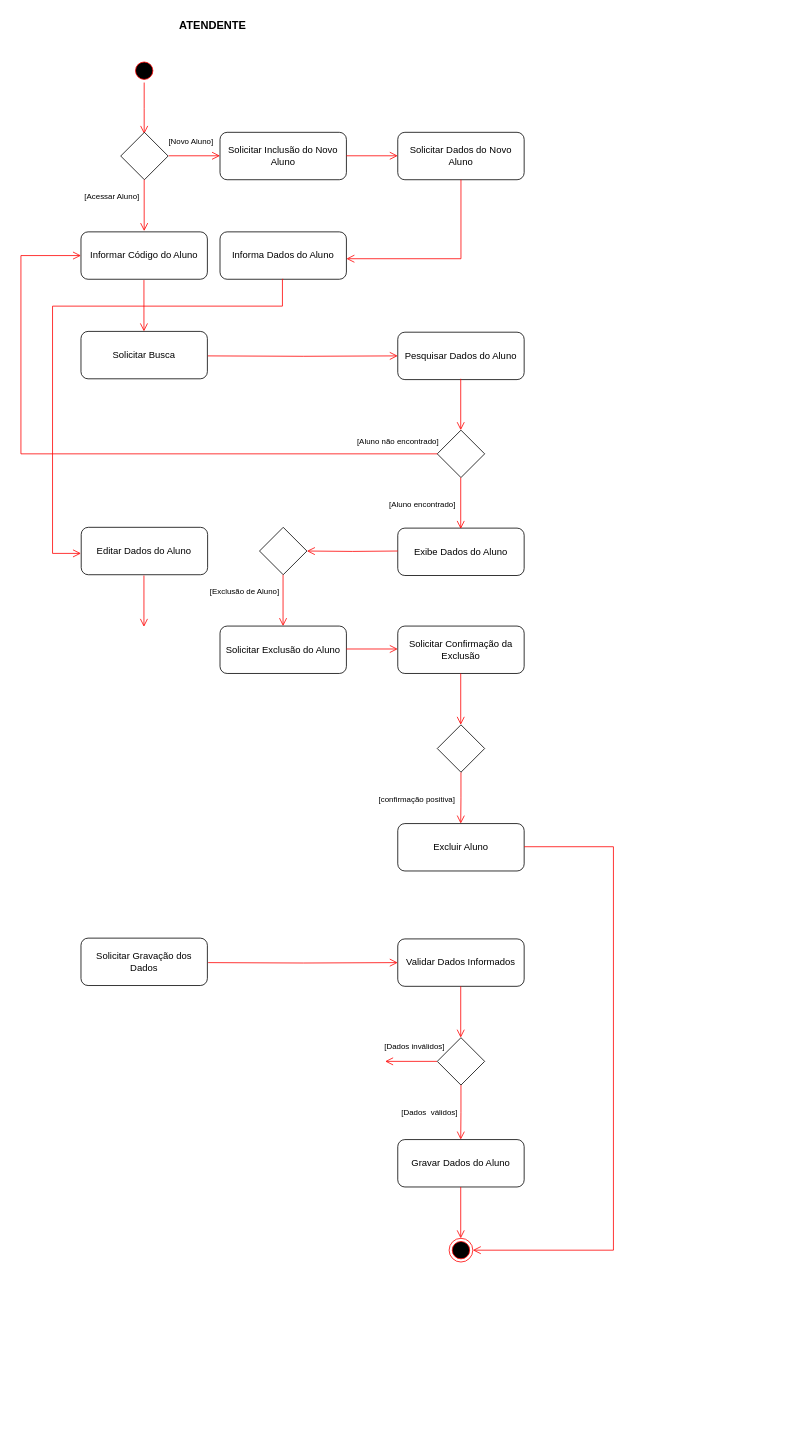
This is Atividade Prática 3 - Diagrama de Atividades.drawio from Ajnus/INF1013_Modelagem_De_Software, a draw.io file, before an edit. Source tidied: cells renumbered, new cells numbered last; positions are measured from the earlier drawing's top-left corner, leaving out a move shared by most shapes. Both pictures are drawn from the tidied source at 79%, with x=0, y=0 at pixel (21, 13).
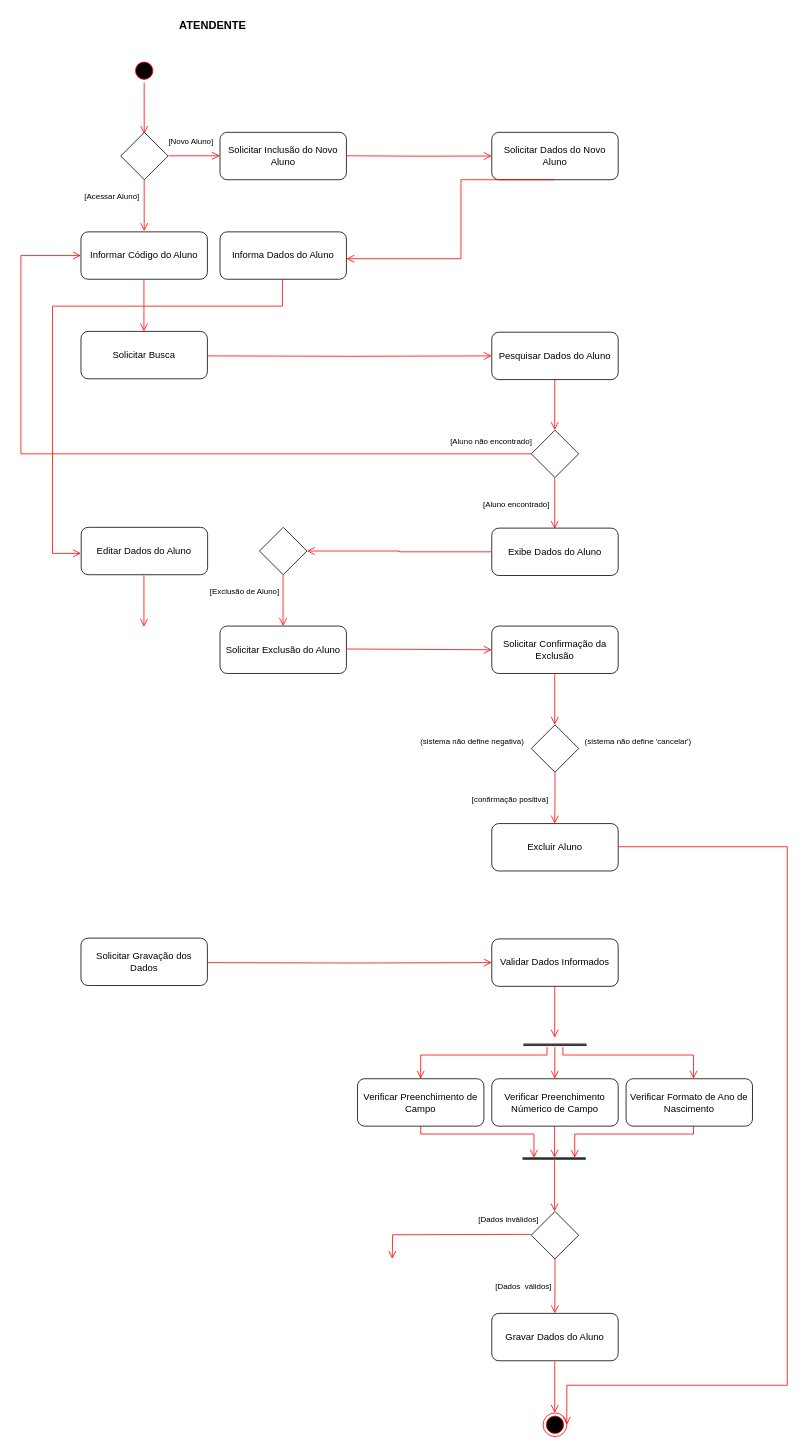
Above is the later version.

The change refers to these unchanged cells:
```xml
<mxCell id="2" value="Informar Código do Aluno" style="rounded=1;whiteSpace=wrap;html=1;shadow=0;" parent="1" vertex="1">
  <mxGeometry x="76" y="276" width="160" height="60" as="geometry" />
</mxCell>
<mxCell id="38" style="rhombus;whiteSpace=wrap;html=1;rounded=0;shadow=0;glass=0;sketch=0;" parent="1" vertex="1">
  <mxGeometry x="302" y="650" width="60" height="60" as="geometry" />
</mxCell>
```

What changed in the source:
```diff
@@
     <mxCell id="9" value="&lt;div style=&quot;background-color: transparent;&quot;&gt;Pesquisar Dados do Aluno&lt;/div&gt;" style="rounded=1;whiteSpace=wrap;html=1;shadow=0;" parent="1" vertex="1">
-      <mxGeometry x="477" y="403" width="160" height="60" as="geometry" />
+      <mxGeometry x="596" y="403" width="160" height="60" as="geometry" />
     </mxCell>
     <mxCell id="10" style="edgeStyle=orthogonalEdgeStyle;html=1;verticalAlign=bottom;endArrow=open;endSize=8;strokeColor=#ff0000;rounded=0;entryX=0.5;entryY=0;entryDx=0;entryDy=0;" parent="1" edge="1">
       <mxGeometry relative="1" as="geometry">
-        <mxPoint x="556.7" y="462" as="sourcePoint" />
-        <mxPoint x="556.7" y="527" as="targetPoint" />
+        <mxPoint x="675.7" y="462" as="sourcePoint" />
+        <mxPoint x="675.7" y="527" as="targetPoint" />
       </mxGeometry>
     </mxCell>
     <mxCell id="11" value="Exibe Dados do Aluno" style="rounded=1;whiteSpace=wrap;html=1;shadow=0;" parent="1" vertex="1">
-      <mxGeometry x="477" y="651" width="160" height="60" as="geometry" />
+      <mxGeometry x="596" y="651" width="160" height="60" as="geometry" />
     </mxCell>
@@
     <mxCell id="16" value="Validar Dados Informados" style="rounded=1;whiteSpace=wrap;html=1;shadow=0;" parent="1" vertex="1">
-      <mxGeometry x="477" y="1171" width="160" height="60" as="geometry" />
+      <mxGeometry x="596" y="1171" width="160" height="60" as="geometry" />
     </mxCell>
     <mxCell id="17" style="edgeStyle=orthogonalEdgeStyle;html=1;verticalAlign=bottom;endArrow=open;endSize=8;strokeColor=#ff0000;rounded=0;entryX=0.5;entryY=0;entryDx=0;entryDy=0;" parent="1" edge="1">
       <mxGeometry relative="1" as="geometry">
-        <mxPoint x="556.7" y="1231" as="sourcePoint" />
-        <mxPoint x="556.7" y="1296" as="targetPoint" />
+        <mxPoint x="675.7" y="1231" as="sourcePoint" />
+        <mxPoint x="675.7" y="1296" as="targetPoint" />
       </mxGeometry>
     </mxCell>
     <mxCell id="18" value="Gravar Dados do Aluno" style="rounded=1;whiteSpace=wrap;html=1;shadow=0;" parent="1" vertex="1">
-      <mxGeometry x="477" y="1425" width="160" height="60" as="geometry" />
+      <mxGeometry x="596" y="1645" width="160" height="60" as="geometry" />
     </mxCell>
     <mxCell id="19" style="ellipse;html=1;shape=endState;fillColor=#000000;strokeColor=#ff0000;rounded=0;shadow=0;glass=0;sketch=0;fontSize=14;" parent="1" vertex="1">
-      <mxGeometry x="542" y="1550" width="30" height="30" as="geometry" />
+      <mxGeometry x="661" y="1771" width="30" height="30" as="geometry" />
     </mxCell>
     <mxCell id="20" style="edgeStyle=orthogonalEdgeStyle;html=1;verticalAlign=bottom;endArrow=open;endSize=8;strokeColor=#ff0000;rounded=0;entryX=0.5;entryY=0;entryDx=0;entryDy=0;" parent="1" edge="1">
       <mxGeometry relative="1" as="geometry">
-        <mxPoint x="556.7" y="1485" as="sourcePoint" />
-        <mxPoint x="556.7" y="1550" as="targetPoint" />
+        <mxPoint x="675.7" y="1706" as="sourcePoint" />
+        <mxPoint x="675.7" y="1771" as="targetPoint" />
       </mxGeometry>
     </mxCell>
@@
-    <mxCell id="25" style="edgeStyle=orthogonalEdgeStyle;html=1;verticalAlign=bottom;endArrow=open;endSize=8;strokeColor=#ff0000;rounded=0;" parent="1" edge="1">
+    <mxCell id="25" style="edgeStyle=orthogonalEdgeStyle;html=1;verticalAlign=bottom;endArrow=open;endSize=8;strokeColor=#ff0000;rounded=0;entryX=0;entryY=0.5;entryDx=0;entryDy=0;" parent="1" edge="1" target="26">
       <mxGeometry relative="1" as="geometry">
         <mxPoint x="412" y="179.7" as="sourcePoint" />
-        <mxPoint x="477" y="179.7" as="targetPoint" />
       </mxGeometry>
     </mxCell>
     <mxCell id="26" value="Solicitar Dados do Novo Aluno" style="rounded=1;whiteSpace=wrap;html=1;shadow=0;" parent="1" vertex="1">
-      <mxGeometry x="477" y="150" width="160" height="60" as="geometry" />
+      <mxGeometry x="596" y="150" width="160" height="60" as="geometry" />
     </mxCell>
@@
     <mxCell id="32" style="rhombus;whiteSpace=wrap;html=1;rounded=0;shadow=0;glass=0;sketch=0;" parent="1" vertex="1">
-      <mxGeometry x="527" y="527" width="60" height="60" as="geometry" />
+      <mxGeometry x="646" y="527" width="60" height="60" as="geometry" />
     </mxCell>
     <mxCell id="33" style="edgeStyle=orthogonalEdgeStyle;html=1;verticalAlign=bottom;endArrow=open;endSize=8;strokeColor=#ff0000;rounded=0;entryX=0.5;entryY=0;entryDx=0;entryDy=0;" parent="1" edge="1">
       <mxGeometry relative="1" as="geometry">
-        <mxPoint x="556.7" y="587" as="sourcePoint" />
-        <mxPoint x="556.7" y="652" as="targetPoint" />
+        <mxPoint x="675.7" y="587" as="sourcePoint" />
+        <mxPoint x="675.7" y="652" as="targetPoint" />
       </mxGeometry>
     </mxCell>
     <mxCell id="34" value="&lt;font style=&quot;font-size: 10px;&quot;&gt;[Aluno encontrado]&lt;/font&gt;" style="text;html=1;align=center;verticalAlign=middle;strokeColor=none;fillColor=none;fontSize=14;" parent="1" vertex="1">
-      <mxGeometry x="453" y="610" width="110" height="20" as="geometry" />
+      <mxGeometry x="572" y="610" width="110" height="20" as="geometry" />
     </mxCell>
-    <mxCell id="35" style="edgeStyle=orthogonalEdgeStyle;html=1;verticalAlign=bottom;endArrow=open;endSize=8;strokeColor=#ff0000;rounded=0;entryX=0;entryY=0.5;entryDx=0;entryDy=0;" parent="1" edge="1" target="2">
+    <mxCell id="35" style="edgeStyle=orthogonalEdgeStyle;html=1;verticalAlign=bottom;endArrow=open;endSize=8;strokeColor=#ff0000;rounded=0;entryX=0;entryY=0.5;entryDx=0;entryDy=0;exitX=0;exitY=0.5;exitDx=0;exitDy=0;" parent="1" edge="1" source="32" target="2">
       <mxGeometry relative="1" as="geometry">
-        <mxPoint x="527" y="557" as="sourcePoint" />
         <Array as="points">
           <mxPoint y="557" />
           <mxPoint y="306" />
         </Array>
       </mxGeometry>
     </mxCell>
     <mxCell id="36" value="&lt;font style=&quot;font-size: 10px; background-color: transparent;&quot;&gt;[Aluno não encontrado]&lt;/font&gt;" style="text;html=1;align=center;verticalAlign=middle;strokeColor=none;fillColor=none;fontSize=14;" parent="1" vertex="1">
-      <mxGeometry x="412" y="530" width="130" height="20" as="geometry" />
+      <mxGeometry x="530" y="530" width="130" height="20" as="geometry" />
     </mxCell>
-    <mxCell id="37" style="edgeStyle=orthogonalEdgeStyle;html=1;verticalAlign=bottom;endArrow=open;endSize=8;strokeColor=#ff0000;rounded=0;entryX=1;entryY=0.5;entryDx=0;entryDy=0;" parent="1" edge="1" target="38">
-      <mxGeometry relative="1" as="geometry">
-        <mxPoint x="477" y="680" as="sourcePoint" />
-      </mxGeometry>
+    <mxCell id="37" style="edgeStyle=orthogonalEdgeStyle;html=1;verticalAlign=bottom;endArrow=open;endSize=8;strokeColor=#ff0000;rounded=0;entryX=1;entryY=0.5;entryDx=0;entryDy=0;exitX=0;exitY=0.5;exitDx=0;exitDy=0;" parent="1" edge="1" source="11" target="38">
+      <mxGeometry relative="1" as="geometry" />
     </mxCell>
@@
     <mxCell id="42" value="Solicitar Confirmação da Exclusão" style="rounded=1;whiteSpace=wrap;html=1;shadow=0;" parent="1" vertex="1">
-      <mxGeometry x="477" y="775" width="160" height="60" as="geometry" />
+      <mxGeometry x="596" y="775" width="160" height="60" as="geometry" />
     </mxCell>
-    <mxCell id="43" style="edgeStyle=orthogonalEdgeStyle;html=1;verticalAlign=bottom;endArrow=open;endSize=8;strokeColor=#ff0000;rounded=0;entryX=0.5;entryY=0;entryDx=0;entryDy=0;" parent="1" edge="1">
+    <mxCell id="43" style="edgeStyle=orthogonalEdgeStyle;html=1;verticalAlign=bottom;endArrow=open;endSize=8;strokeColor=#ff0000;rounded=0;entryX=0;entryY=0.5;entryDx=0;entryDy=0;" parent="1" edge="1" target="42">
       <mxGeometry relative="1" as="geometry">
         <mxPoint x="412" y="804" as="sourcePoint" />
-        <mxPoint x="477" y="804" as="targetPoint" />
       </mxGeometry>
     </mxCell>
     <mxCell id="44" style="edgeStyle=orthogonalEdgeStyle;html=1;verticalAlign=bottom;endArrow=open;endSize=8;strokeColor=#ff0000;rounded=0;entryX=0.5;entryY=0;entryDx=0;entryDy=0;" parent="1" edge="1">
       <mxGeometry relative="1" as="geometry">
-        <mxPoint x="556.7" y="835" as="sourcePoint" />
-        <mxPoint x="556.7" y="900" as="targetPoint" />
+        <mxPoint x="675.7" y="835" as="sourcePoint" />
+        <mxPoint x="675.7" y="900" as="targetPoint" />
       </mxGeometry>
     </mxCell>
     <mxCell id="45" value="&lt;font style=&quot;font-size: 10px; background-color: transparent;&quot;&gt;[confirmação positiva]&lt;/font&gt;" style="text;html=1;align=center;verticalAlign=middle;strokeColor=none;fillColor=none;fontSize=14;" parent="1" vertex="1">
-      <mxGeometry x="441" y="983" width="120" height="20" as="geometry" />
+      <mxGeometry x="559" y="983" width="120" height="20" as="geometry" />
     </mxCell>
     <mxCell id="46" style="edgeStyle=orthogonalEdgeStyle;html=1;verticalAlign=bottom;endArrow=open;endSize=8;strokeColor=#ff0000;rounded=0;entryX=0.5;entryY=0;entryDx=0;entryDy=0;startArrow=none;" parent="1" edge="1" source="49">
       <mxGeometry relative="1" as="geometry">
-        <mxPoint x="556.7" y="1025" as="targetPoint" />
+        <mxPoint x="675.7" y="1025" as="targetPoint" />
       </mxGeometry>
     </mxCell>
     <mxCell id="47" value="Excluir Aluno" style="rounded=1;whiteSpace=wrap;html=1;shadow=0;" parent="1" vertex="1">
-      <mxGeometry x="477" y="1025" width="160" height="60" as="geometry" />
+      <mxGeometry x="596" y="1025" width="160" height="60" as="geometry" />
     </mxCell>
     <mxCell id="48" style="edgeStyle=orthogonalEdgeStyle;html=1;verticalAlign=bottom;endArrow=open;endSize=8;strokeColor=#ff0000;rounded=0;entryX=1;entryY=0.5;entryDx=0;entryDy=0;" parent="1" edge="1" target="19">
       <mxGeometry relative="1" as="geometry">
-        <mxPoint x="637" y="1054.3" as="sourcePoint" />
+        <mxPoint x="756" y="1054.3" as="sourcePoint" />
         <Array as="points">
-          <mxPoint x="750" y="1054" />
-          <mxPoint x="750" y="1565" />
+          <mxPoint x="970" y="1054" />
+          <mxPoint x="970" y="1736" />
         </Array>
       </mxGeometry>
     </mxCell>
     <mxCell id="49" style="rhombus;whiteSpace=wrap;html=1;rounded=0;shadow=0;glass=0;sketch=0;" parent="1" vertex="1">
-      <mxGeometry x="527" y="900" width="60" height="60" as="geometry" />
+      <mxGeometry x="646" y="900" width="60" height="60" as="geometry" />
     </mxCell>
     <mxCell id="50" style="edgeStyle=orthogonalEdgeStyle;html=1;verticalAlign=bottom;endArrow=none;endSize=8;strokeColor=#ff0000;rounded=0;" parent="1" edge="1">
       <mxGeometry relative="1" as="geometry">
-        <mxPoint x="556.7" y="960" as="sourcePoint" />
-        <mxPoint x="557" y="960" as="targetPoint" />
+        <mxPoint x="675.7" y="960" as="sourcePoint" />
+        <mxPoint x="676" y="960" as="targetPoint" />
       </mxGeometry>
     </mxCell>
     <mxCell id="51" style="rhombus;whiteSpace=wrap;html=1;rounded=0;shadow=0;glass=0;sketch=0;" parent="1" vertex="1">
-      <mxGeometry x="527" y="1296" width="60" height="60" as="geometry" />
+      <mxGeometry x="646" y="1516" width="60" height="60" as="geometry" />
     </mxCell>
     <mxCell id="52" value="&lt;font style=&quot;font-size: 10px; background-color: transparent;&quot;&gt;[Dados&amp;nbsp; válidos]&lt;/font&gt;" style="text;html=1;align=center;verticalAlign=middle;strokeColor=none;fillColor=none;fontSize=14;" parent="1" vertex="1">
-      <mxGeometry x="472" y="1380" width="90" height="20" as="geometry" />
+      <mxGeometry x="591" y="1600" width="90" height="20" as="geometry" />
     </mxCell>
     <mxCell id="53" style="edgeStyle=orthogonalEdgeStyle;html=1;verticalAlign=bottom;endArrow=open;endSize=8;strokeColor=#ff0000;rounded=0;entryX=0.5;entryY=0;entryDx=0;entryDy=0;startArrow=none;" parent="1" edge="1" source="51">
       <mxGeometry relative="1" as="geometry">
-        <mxPoint x="556.7" y="1425" as="targetPoint" />
+        <mxPoint x="675.7" y="1645" as="targetPoint" />
       </mxGeometry>
     </mxCell>
-    <mxCell id="54" style="edgeStyle=orthogonalEdgeStyle;html=1;verticalAlign=bottom;endArrow=open;endSize=8;strokeColor=#ff0000;rounded=0;entryX=0.5;entryY=0;entryDx=0;entryDy=0;" parent="1" edge="1">
+    <mxCell id="54" style="edgeStyle=orthogonalEdgeStyle;html=1;verticalAlign=bottom;endArrow=open;endSize=8;strokeColor=#ff0000;rounded=0;" parent="1" edge="1">
       <mxGeometry relative="1" as="geometry">
-        <mxPoint x="526.6" y="1326" as="sourcePoint" />
-        <mxPoint x="461" y="1326" as="targetPoint" />
+        <mxPoint x="645.6" y="1545" as="sourcePoint" />
+        <mxPoint x="470" y="1576" as="targetPoint" />
       </mxGeometry>
     </mxCell>
     <mxCell id="55" value="&lt;font style=&quot;font-size: 10px; background-color: transparent;&quot;&gt;[Dados inválidos]&lt;/font&gt;" style="text;html=1;align=center;verticalAlign=middle;strokeColor=none;fillColor=none;fontSize=14;" parent="1" vertex="1">
-      <mxGeometry x="448" y="1296" width="100" height="20" as="geometry" />
+      <mxGeometry x="567" y="1515" width="100" height="20" as="geometry" />
     </mxCell>
+    <mxCell id="56" style="line;strokeWidth=1;fillColor=none;align=left;verticalAlign=middle;spacingTop=-1;spacingLeft=3;spacingRight=3;labelPosition=right;rounded=0;shadow=0;glass=0;sketch=0;fontSize=10;" parent="1" vertex="1">
+      <mxGeometry x="636" y="1300" width="40" height="8" as="geometry" />
+    </mxCell>
+    <mxCell id="57" style="line;strokeWidth=1;fillColor=none;align=left;verticalAlign=middle;spacingTop=-1;spacingLeft=3;spacingRight=3;labelPosition=right;rounded=0;shadow=0;glass=0;sketch=0;fontSize=10;" parent="1" vertex="1">
+      <mxGeometry x="636" y="1301" width="40" height="8" as="geometry" />
+    </mxCell>
+    <mxCell id="58" style="line;strokeWidth=1;fillColor=none;align=left;verticalAlign=middle;spacingTop=-1;spacingLeft=3;spacingRight=3;labelPosition=right;rounded=0;shadow=0;glass=0;sketch=0;fontSize=10;" parent="1" vertex="1">
+      <mxGeometry x="636" y="1302" width="40" height="8" as="geometry" />
+    </mxCell>
+    <mxCell id="59" style="edgeStyle=orthogonalEdgeStyle;html=1;verticalAlign=bottom;endArrow=open;endSize=8;strokeColor=#ff0000;rounded=0;exitX=0.25;exitY=0.625;exitDx=0;exitDy=0;exitPerimeter=0;entryX=0.5;entryY=0;entryDx=0;entryDy=0;" parent="1" edge="1">
+      <mxGeometry relative="1" as="geometry">
+        <mxPoint x="666" y="1308" as="sourcePoint" />
+        <mxPoint x="506" y="1348" as="targetPoint" />
+        <Array as="points">
+          <mxPoint x="666" y="1318" />
+          <mxPoint x="506" y="1318" />
+        </Array>
+      </mxGeometry>
+    </mxCell>
+    <mxCell id="60" style="edgeStyle=orthogonalEdgeStyle;html=1;verticalAlign=bottom;endArrow=open;endSize=8;strokeColor=#ff0000;rounded=0;entryX=0.5;entryY=0;entryDx=0;entryDy=0;" parent="1" edge="1">
+      <mxGeometry relative="1" as="geometry">
+        <mxPoint x="675.8" y="1308" as="sourcePoint" />
+        <mxPoint x="675.8" y="1348" as="targetPoint" />
+      </mxGeometry>
+    </mxCell>
+    <mxCell id="61" value="Verificar Preenchimento de Campo" style="rounded=1;whiteSpace=wrap;html=1;shadow=0;" parent="1" vertex="1">
+      <mxGeometry x="426" y="1348" width="160" height="60" as="geometry" />
+    </mxCell>
+    <mxCell id="62" value="Verificar Preenchimento Númerico de Campo" style="rounded=1;whiteSpace=wrap;html=1;shadow=0;" parent="1" vertex="1">
+      <mxGeometry x="596" y="1348" width="160" height="60" as="geometry" />
+    </mxCell>
+    <mxCell id="63" value="Verificar Formato de Ano de Nascimento" style="rounded=1;whiteSpace=wrap;html=1;shadow=0;" parent="1" vertex="1">
+      <mxGeometry x="766" y="1348" width="160" height="60" as="geometry" />
+    </mxCell>
+    <mxCell id="64" value="&lt;font style=&quot;font-size: 10px;&quot;&gt;(sistema não define negativa) &lt;/font&gt;" style="text;html=1;align=center;verticalAlign=middle;strokeColor=none;fillColor=none;fontSize=14;" parent="1" vertex="1">
+      <mxGeometry x="496" y="910" width="150" height="20" as="geometry" />
+    </mxCell>
+    <mxCell id="65" value="&lt;font style=&quot;font-size: 10px; background-color: transparent;&quot;&gt;(sistema não define 'cancelar') &lt;/font&gt;" style="text;html=1;align=center;verticalAlign=middle;strokeColor=none;fillColor=none;fontSize=14;" parent="1" vertex="1">
+      <mxGeometry x="701" y="910" width="160" height="20" as="geometry" />
+    </mxCell>
+    <mxCell id="66" style="line;strokeWidth=1;fillColor=none;align=left;verticalAlign=middle;spacingTop=-1;spacingLeft=3;spacingRight=3;labelPosition=right;rounded=0;shadow=0;glass=0;sketch=0;fontSize=10;" parent="1" vertex="1">
+      <mxGeometry x="676" y="1302" width="40" height="8" as="geometry" />
+    </mxCell>
+    <mxCell id="67" style="line;strokeWidth=1;fillColor=none;align=left;verticalAlign=middle;spacingTop=-1;spacingLeft=3;spacingRight=3;labelPosition=right;rounded=0;shadow=0;glass=0;sketch=0;fontSize=10;" parent="1" vertex="1">
+      <mxGeometry x="676" y="1301" width="40" height="8" as="geometry" />
+    </mxCell>
+    <mxCell id="68" style="line;strokeWidth=1;fillColor=none;align=left;verticalAlign=middle;spacingTop=-1;spacingLeft=3;spacingRight=3;labelPosition=right;rounded=0;shadow=0;glass=0;sketch=0;fontSize=10;" parent="1" vertex="1">
+      <mxGeometry x="676" y="1300" width="40" height="8" as="geometry" />
+    </mxCell>
+    <mxCell id="69" style="edgeStyle=orthogonalEdgeStyle;html=1;verticalAlign=bottom;endArrow=open;endSize=8;strokeColor=#ff0000;rounded=0;exitX=0.25;exitY=0.625;exitDx=0;exitDy=0;exitPerimeter=0;entryX=0.54;entryY=-0.002;entryDx=0;entryDy=0;entryPerimeter=0;" parent="1" edge="1">
+      <mxGeometry relative="1" as="geometry">
+        <mxPoint x="686" y="1308" as="sourcePoint" />
+        <mxPoint x="851.4" y="1347.9" as="targetPoint" />
+        <Array as="points">
+          <mxPoint x="686" y="1318" />
+          <mxPoint x="851" y="1318" />
+        </Array>
+      </mxGeometry>
+    </mxCell>
+    <mxCell id="70" style="line;strokeWidth=1;fillColor=none;align=left;verticalAlign=middle;spacingTop=-1;spacingLeft=3;spacingRight=3;labelPosition=right;rounded=0;shadow=0;glass=0;sketch=0;fontSize=10;" parent="1" vertex="1">
+      <mxGeometry x="635" y="1444" width="40" height="8" as="geometry" />
+    </mxCell>
+    <mxCell id="71" style="line;strokeWidth=1;fillColor=none;align=left;verticalAlign=middle;spacingTop=-1;spacingLeft=3;spacingRight=3;labelPosition=right;rounded=0;shadow=0;glass=0;sketch=0;fontSize=10;" parent="1" vertex="1">
+      <mxGeometry x="635" y="1445" width="40" height="8" as="geometry" />
+    </mxCell>
+    <mxCell id="72" style="line;strokeWidth=1;fillColor=none;align=left;verticalAlign=middle;spacingTop=-1;spacingLeft=3;spacingRight=3;labelPosition=right;rounded=0;shadow=0;glass=0;sketch=0;fontSize=10;" parent="1" vertex="1">
+      <mxGeometry x="635" y="1446" width="40" height="8" as="geometry" />
+    </mxCell>
+    <mxCell id="73" style="line;strokeWidth=1;fillColor=none;align=left;verticalAlign=middle;spacingTop=-1;spacingLeft=3;spacingRight=3;labelPosition=right;rounded=0;shadow=0;glass=0;sketch=0;fontSize=10;" parent="1" vertex="1">
+      <mxGeometry x="675" y="1446" width="40" height="8" as="geometry" />
+    </mxCell>
+    <mxCell id="74" style="line;strokeWidth=1;fillColor=none;align=left;verticalAlign=middle;spacingTop=-1;spacingLeft=3;spacingRight=3;labelPosition=right;rounded=0;shadow=0;glass=0;sketch=0;fontSize=10;" parent="1" vertex="1">
+      <mxGeometry x="675" y="1445" width="40" height="8" as="geometry" />
+    </mxCell>
+    <mxCell id="75" style="line;strokeWidth=1;fillColor=none;align=left;verticalAlign=middle;spacingTop=-1;spacingLeft=3;spacingRight=3;labelPosition=right;rounded=0;shadow=0;glass=0;sketch=0;fontSize=10;" parent="1" vertex="1">
+      <mxGeometry x="675" y="1444" width="40" height="8" as="geometry" />
+    </mxCell>
+    <mxCell id="76" style="edgeStyle=orthogonalEdgeStyle;html=1;verticalAlign=bottom;endArrow=open;endSize=8;strokeColor=#ff0000;rounded=0;entryX=0.5;entryY=0;entryDx=0;entryDy=0;" parent="1" edge="1">
+      <mxGeometry relative="1" as="geometry">
+        <mxPoint x="675.5" y="1408" as="sourcePoint" />
+        <mxPoint x="675.5" y="1448" as="targetPoint" />
+      </mxGeometry>
+    </mxCell>
+    <mxCell id="77" style="edgeStyle=orthogonalEdgeStyle;html=1;verticalAlign=bottom;endArrow=open;endSize=8;strokeColor=#ff0000;rounded=0;exitX=0.25;exitY=0.625;exitDx=0;exitDy=0;exitPerimeter=0;entryX=0.5;entryY=0;entryDx=0;entryDy=0;" parent="1" edge="1">
+      <mxGeometry relative="1" as="geometry">
+        <mxPoint x="851.4" y="1408" as="sourcePoint" />
+        <mxPoint x="701" y="1448" as="targetPoint" />
+        <Array as="points">
+          <mxPoint x="851" y="1418" />
+          <mxPoint x="701" y="1418" />
+        </Array>
+      </mxGeometry>
+    </mxCell>
+    <mxCell id="78" style="edgeStyle=orthogonalEdgeStyle;html=1;verticalAlign=bottom;endArrow=open;endSize=8;strokeColor=#ff0000;rounded=0;exitX=0.25;exitY=0.625;exitDx=0;exitDy=0;exitPerimeter=0;entryX=0.54;entryY=-0.002;entryDx=0;entryDy=0;entryPerimeter=0;" parent="1" edge="1">
+      <mxGeometry relative="1" as="geometry">
+        <mxPoint x="506" y="1408" as="sourcePoint" />
+        <mxPoint x="649.4" y="1447.9" as="targetPoint" />
+        <Array as="points">
+          <mxPoint x="506" y="1418" />
+          <mxPoint x="649" y="1418" />
+        </Array>
+      </mxGeometry>
+    </mxCell>
+    <mxCell id="79" style="edgeStyle=orthogonalEdgeStyle;html=1;verticalAlign=bottom;endArrow=open;endSize=8;strokeColor=#ff0000;rounded=0;entryX=0.5;entryY=0;entryDx=0;entryDy=0;" parent="1" edge="1">
+      <mxGeometry relative="1" as="geometry">
+        <mxPoint x="675.5" y="1451" as="sourcePoint" />
+        <mxPoint x="675.5" y="1516" as="targetPoint" />
+      </mxGeometry>
+    </mxCell>
```
